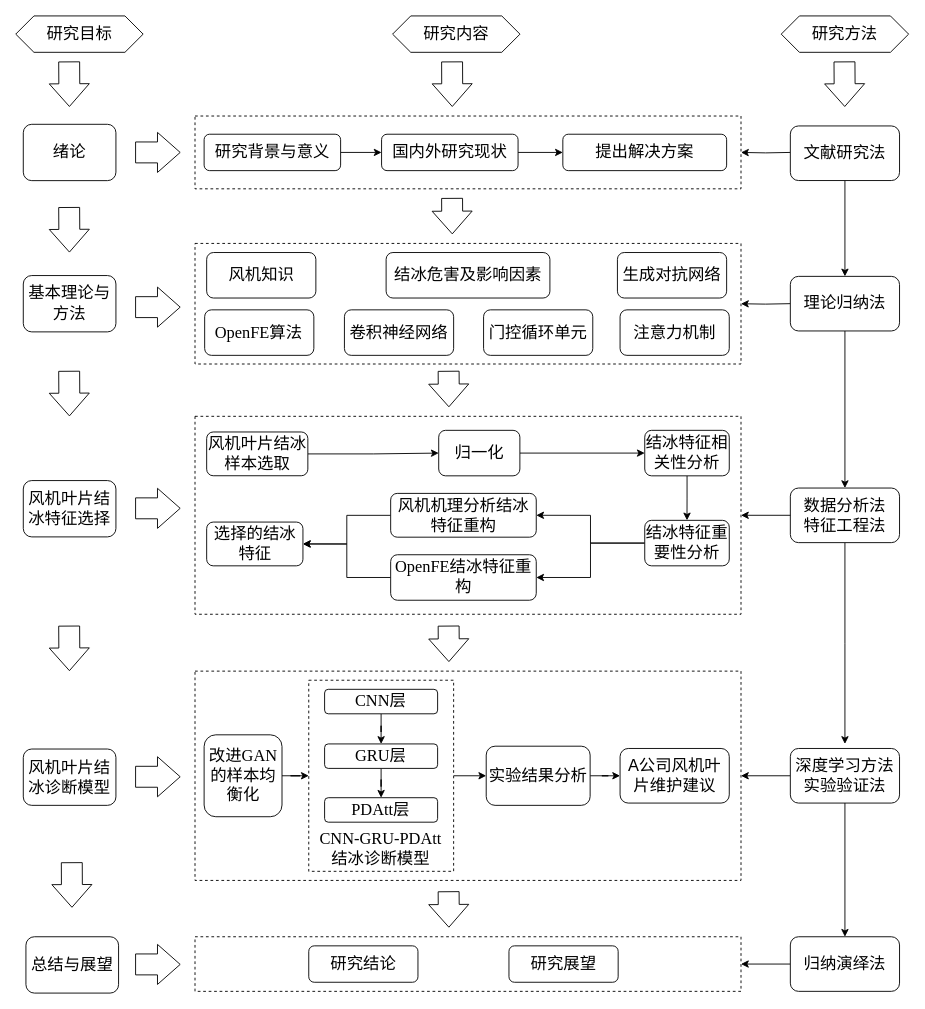
Earlier version of the draw.io diagram 毕设技术路线图PDAtt20250817.drawio (Abccccd/-2). Source tidied: cells renumbered, new cells numbered last; positions are measured from the earlier drawing's top-left corner, leaving out a move shared by most shapes. Both pictures are drawn from the tidied source at 91%, with x=0, y=0 at pixel (15, 15).
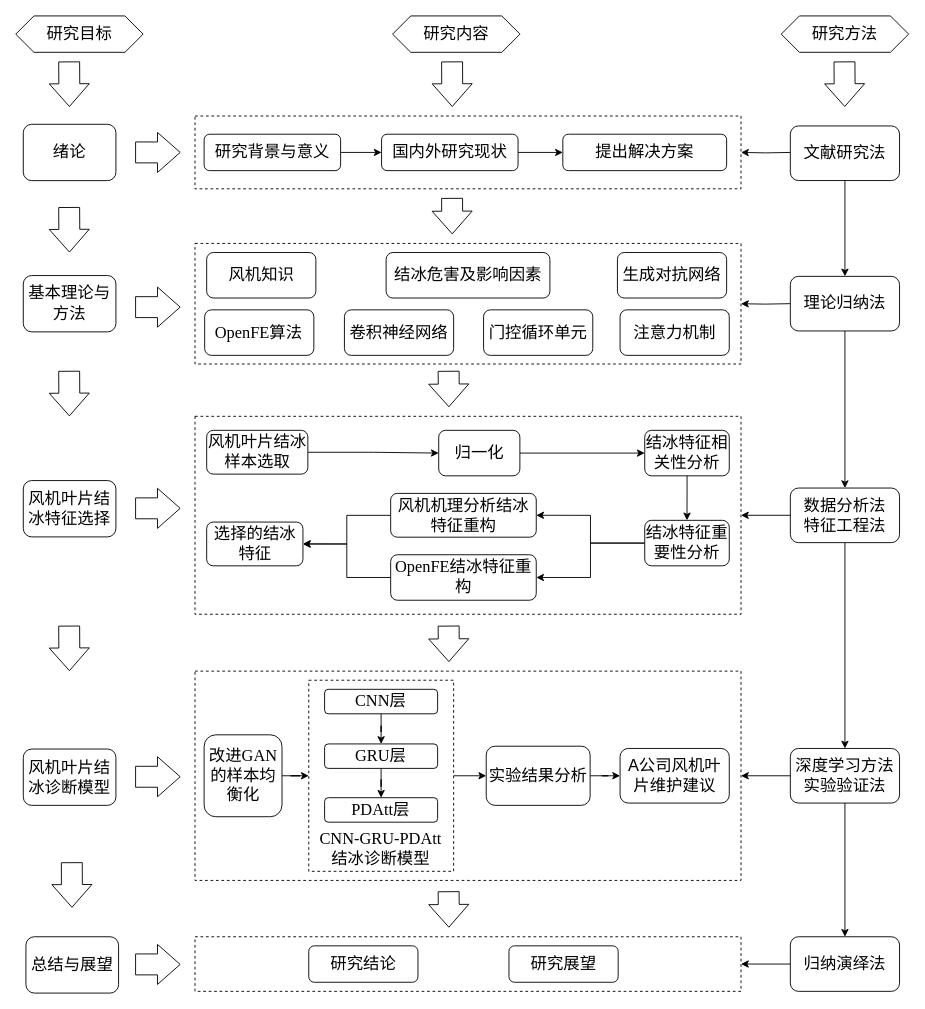
The same diagram, later.

Commit message:
更新毕设技术路线图PDAtt20250817.drawio

The change refers to these unchanged cells:
```xml
<mxCell id="72" value="&lt;span style=&quot;font-size: 18px;&quot;&gt;&lt;font face=&quot;SimSun&quot;&gt;深度学习方法&lt;/font&gt;&lt;/span&gt;&lt;div&gt;&lt;span style=&quot;font-size: 18px;&quot;&gt;&lt;font face=&quot;SimSun&quot;&gt;实验验证法&lt;/font&gt;&lt;/span&gt;&lt;/div&gt;" style="rounded=1;whiteSpace=wrap;html=1;" parent="1" vertex="1">
  <mxGeometry x="851" y="805" width="120" height="60" as="geometry" />
</mxCell>
<mxCell id="76" value="&lt;span style=&quot;font-size: 18px;&quot;&gt;&lt;font face=&quot;SimSun&quot;&gt;数据分析法&lt;/font&gt;&lt;/span&gt;&lt;div&gt;&lt;span style=&quot;font-size: 18px;&quot;&gt;&lt;font face=&quot;SimSun&quot;&gt;特征工程法&lt;/font&gt;&lt;/span&gt;&lt;/div&gt;" style="rounded=1;whiteSpace=wrap;html=1;" parent="1" vertex="1">
  <mxGeometry x="851" y="518.8" width="120" height="60" as="geometry" />
</mxCell>
```

The edit, as a diff of the source:
```diff
@@
     <mxCell id="62" value="&lt;span style=&quot;font-size: 18px;&quot;&gt;&lt;font face=&quot;SimSun&quot;&gt;风机叶片结冰样本选取&lt;/font&gt;&lt;/span&gt;" style="rounded=1;whiteSpace=wrap;html=1;" parent="1" vertex="1">
-      <mxGeometry x="209.6" y="457.2" width="111.2" height="48.1" as="geometry" />
+      <mxGeometry x="209.6" y="455.4" width="111.2" height="48.1" as="geometry" />
     </mxCell>
@@
-    <mxCell id="75" style="edgeStyle=orthogonalEdgeStyle;rounded=0;jettySize=auto;html=1;" parent="1" edge="1" source="76">
-      <mxGeometry relative="1" as="geometry">
-        <mxPoint x="911" y="800" as="targetPoint" />
-      </mxGeometry>
+    <mxCell id="75" style="edgeStyle=orthogonalEdgeStyle;rounded=0;jettySize=auto;html=1;entryX=0.5;entryY=0;entryDx=0;entryDy=0;" parent="1" edge="1" source="76" target="72">
+      <mxGeometry relative="1" as="geometry" />
     </mxCell>
```
